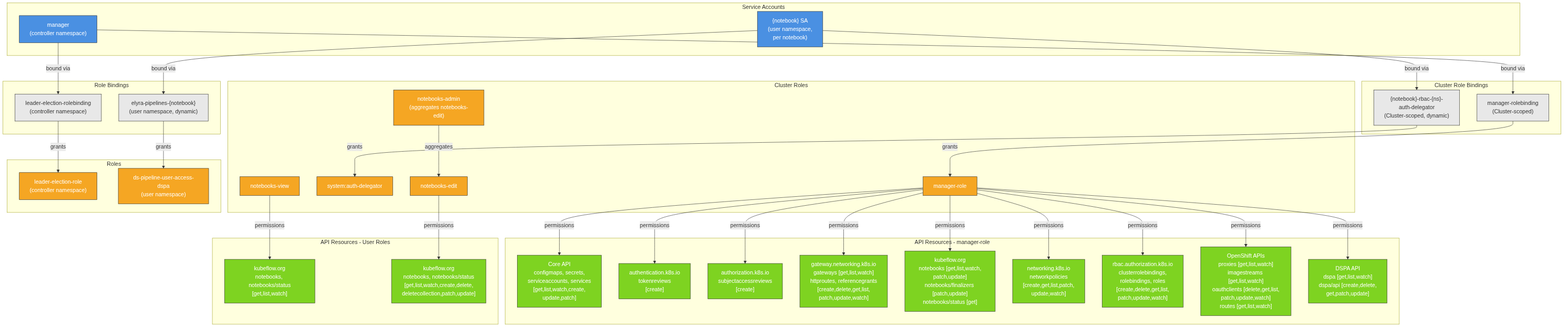
rhuss/architecture-context keeps this Mermaid diagram as architecture/rhoai-3.4-ea.1/diagrams/kubeflow-rbac.png. Above is the earlier version. Its source is kept beside it as architecture/rhoai-3.4-ea.1/diagrams/kubeflow-rbac.mmd.
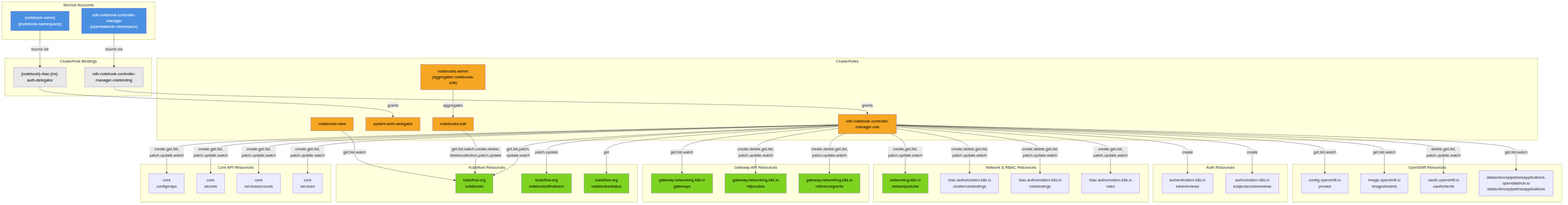
After the commit.

The edit, as a diff of the source:
```diff
@@ -1,95 +1,105 @@
 
 graph TD
     subgraph "Service Accounts"
-        SA_Manager["manager<br/>(controller namespace)"]
-        SA_Notebook["{notebook} SA<br/>(user namespace,<br/>per notebook)"]
+        SA["odh-notebook-controller-manager<br/>(opendatahub namespace)"]
+        NotebookSA["{notebook-name}<br/>({notebook-namespace})"]
     end
 
-    subgraph "Cluster Role Bindings"
-        CRB_Manager["manager-rolebinding<br/>(Cluster-scoped)"]
-        CRB_AuthDeleg["{notebook}-rbac-{ns}-<br/>auth-delegator<br/>(Cluster-scoped, dynamic)"]
+    subgraph "ClusterRole Bindings"
+        CRB["odh-notebook-controller-<br/>manager-rolebinding"]
+        AuthDelegator["{notebook}-rbac-{ns}-<br/>auth-delegator"]
     end
 
-    subgraph "Role Bindings"
-        RB_Leader["leader-election-rolebinding<br/>(controller namespace)"]
-        RB_Elyra["elyra-pipelines-{notebook}<br/>(user namespace, dynamic)"]
+    subgraph "ClusterRoles"
+        CR["odh-notebook-controller-<br/>manager-role"]
+        SystemAuthDelegator["system:auth-delegator"]
+        NotebooksEdit["notebooks-edit"]
+        NotebooksView["notebooks-view"]
+        NotebooksAdmin["notebooks-admin<br/>(aggregates notebooks-edit)"]
     end
 
-    subgraph "Cluster Roles"
-        CR_Manager["manager-role"]
-        CR_AuthDeleg["system:auth-delegator"]
-        CR_Edit["notebooks-edit"]
-        CR_View["notebooks-view"]
-        CR_Admin["notebooks-admin<br/>(aggregates notebooks-edit)"]
+    subgraph "Core API Resources"
+        ConfigMaps["core<br/>configmaps"]
+        Secrets["core<br/>secrets"]
+        ServiceAccounts["core<br/>serviceaccounts"]
+        Services["core<br/>services"]
     end
 
-    subgraph "Roles"
-        R_Leader["leader-election-role<br/>(controller namespace)"]
-        R_Pipeline["ds-pipeline-user-access-dspa<br/>(user namespace)"]
+    subgraph "Kubeflow Resources"
+        Notebooks["kubeflow.org<br/>notebooks"]
+        NotebooksFinalizers["kubeflow.org<br/>notebooks/finalizers"]
+        NotebooksStatus["kubeflow.org<br/>notebooks/status"]
     end
 
-    subgraph "API Resources - manager-role"
-        Res_Core["Core API<br/>configmaps, secrets,<br/>serviceaccounts, services<br/>[get,list,watch,create,<br/>update,patch]"]
-        Res_Auth["authentication.k8s.io<br/>tokenreviews<br/>[create]"]
-        Res_Authz["authorization.k8s.io<br/>subjectaccessreviews<br/>[create]"]
-        Res_GW["gateway.networking.k8s.io<br/>gateways [get,list,watch]<br/>httproutes, referencegrants<br/>[create,delete,get,list,<br/>patch,update,watch]"]
-        Res_KF["kubeflow.org<br/>notebooks [get,list,watch,<br/>patch,update]<br/>notebooks/finalizers [patch,update]<br/>notebooks/status [get]"]
-        Res_Net["networking.k8s.io<br/>networkpolicies<br/>[create,get,list,patch,<br/>update,watch]"]
-        Res_RBAC["rbac.authorization.k8s.io<br/>clusterrolebindings,<br/>rolebindings, roles<br/>[create,delete,get,list,<br/>patch,update,watch]"]
-        Res_OCP["OpenShift APIs<br/>proxies [get,list,watch]<br/>imagestreams [get,list,watch]<br/>oauthclients [delete,get,list,<br/>patch,update,watch]<br/>routes [get,list,watch]"]
-        Res_DSPA["DSPA API<br/>dspa [get,list,watch]<br/>dspa/api [create,delete,<br/>get,patch,update]"]
+    subgraph "Gateway API Resources"
+        Gateways["gateway.networking.k8s.io<br/>gateways"]
+        HTTPRoutes["gateway.networking.k8s.io<br/>httproutes"]
+        ReferenceGrants["gateway.networking.k8s.io<br/>referencegrants"]
     end
 
-    subgraph "API Resources - User Roles"
-        Res_NB_View["kubeflow.org<br/>notebooks, notebooks/status<br/>[get,list,watch]"]
-        Res_NB_Edit["kubeflow.org<br/>notebooks, notebooks/status<br/>[get,list,watch,create,delete,<br/>deletecollection,patch,update]"]
+    subgraph "Network & RBAC Resources"
+        NetworkPolicies["networking.k8s.io<br/>networkpolicies"]
+        CRBResource["rbac.authorization.k8s.io<br/>clusterrolebindings"]
+        RoleBindings["rbac.authorization.k8s.io<br/>rolebindings"]
+        Roles["rbac.authorization.k8s.io<br/>roles"]
     end
 
-    SA_Manager -->|bound via| CRB_Manager
-    CRB_Manager -->|grants| CR_Manager
-    SA_Manager -->|bound via| RB_Leader
-    RB_Leader -->|grants| R_Leader
+    subgraph "Auth Resources"
+        TokenReviews["authentication.k8s.io<br/>tokenreviews"]
+        SAR["authorization.k8s.io<br/>subjectaccessreviews"]
+    end
 
-    CR_Manager -->|permissions| Res_Core
-    CR_Manager -->|permissions| Res_Auth
-    CR_Manager -->|permissions| Res_Authz
-    CR_Manager -->|permissions| Res_GW
-    CR_Manager -->|permissions| Res_KF
-    CR_Manager -->|permissions| Res_Net
-    CR_Manager -->|permissions| Res_RBAC
-    CR_Manager -->|permissions| Res_OCP
-    CR_Manager -->|permissions| Res_DSPA
+    subgraph "OpenShift Resources"
+        Proxies["config.openshift.io<br/>proxies"]
+        ImageStreams["image.openshift.io<br/>imagestreams"]
+        OAuthClients["oauth.openshift.io<br/>oauthclients"]
+        DSPAs["datasciencepipelinesapplications.<br/>opendatahub.io<br/>datasciencepipelinesapplications"]
+    end
 
-    SA_Notebook -->|bound via| CRB_AuthDeleg
-    CRB_AuthDeleg -->|grants| CR_AuthDeleg
-    SA_Notebook -->|bound via| RB_Elyra
-    RB_Elyra -->|grants| R_Pipeline
+    SA -->|"bound via"| CRB
+    CRB -->|"grants"| CR
 
-    CR_View -->|permissions| Res_NB_View
-    CR_Edit -->|permissions| Res_NB_Edit
-    CR_Admin -->|aggregates| CR_Edit
+    NotebookSA -->|"bound via"| AuthDelegator
+    AuthDelegator -->|"grants"| SystemAuthDelegator
 
-    style SA_Manager fill:#4a90e2,stroke:#333,color:#fff
-    style SA_Notebook fill:#4a90e2,stroke:#333,color:#fff
-    style CR_Manager fill:#f5a623,stroke:#333,color:#fff
-    style CR_AuthDeleg fill:#f5a623,stroke:#333,color:#fff
-    style CR_Edit fill:#f5a623,stroke:#333,color:#fff
-    style CR_View fill:#f5a623,stroke:#333,color:#fff
-    style CR_Admin fill:#f5a623,stroke:#333,color:#fff
-    style R_Leader fill:#f5a623,stroke:#333,color:#fff
-    style R_Pipeline fill:#f5a623,stroke:#333,color:#fff
-    style CRB_Manager fill:#e8e8e8,stroke:#333
-    style CRB_AuthDeleg fill:#e8e8e8,stroke:#333
-    style RB_Leader fill:#e8e8e8,stroke:#333
-    style RB_Elyra fill:#e8e8e8,stroke:#333
-    style Res_Core fill:#7ed321,stroke:#333,color:#fff
-    style Res_Auth fill:#7ed321,stroke:#333,color:#fff
-    style Res_Authz fill:#7ed321,stroke:#333,color:#fff
-    style Res_GW fill:#7ed321,stroke:#333,color:#fff
-    style Res_KF fill:#7ed321,stroke:#333,color:#fff
-    style Res_Net fill:#7ed321,stroke:#333,color:#fff
-    style Res_RBAC fill:#7ed321,stroke:#333,color:#fff
-    style Res_OCP fill:#7ed321,stroke:#333,color:#fff
-    style Res_DSPA fill:#7ed321,stroke:#333,color:#fff
-    style Res_NB_View fill:#7ed321,stroke:#333,color:#fff
-    style Res_NB_Edit fill:#7ed321,stroke:#333,color:#fff
+    CR -->|"create,get,list,<br/>patch,update,watch"| ConfigMaps
+    CR -->|"create,get,list,<br/>patch,update,watch"| Secrets
+    CR -->|"create,get,list,<br/>patch,update,watch"| ServiceAccounts
+    CR -->|"create,get,list,<br/>patch,update,watch"| Services
+    CR -->|"get,list,patch,<br/>update,watch"| Notebooks
+    CR -->|"patch,update"| NotebooksFinalizers
+    CR -->|"get"| NotebooksStatus
+    CR -->|"get,list,watch"| Gateways
+    CR -->|"create,delete,get,list,<br/>patch,update,watch"| HTTPRoutes
+    CR -->|"create,delete,get,list,<br/>patch,update,watch"| ReferenceGrants
+    CR -->|"create,get,list,<br/>patch,update,watch"| NetworkPolicies
+    CR -->|"create,delete,get,list,<br/>patch,update,watch"| CRBResource
+    CR -->|"create,delete,get,list,<br/>patch,update,watch"| RoleBindings
+    CR -->|"create,get,list,<br/>patch,update,watch"| Roles
+    CR -->|"create"| TokenReviews
+    CR -->|"create"| SAR
+    CR -->|"get,list,watch"| Proxies
+    CR -->|"get,list,watch"| ImageStreams
+    CR -->|"delete,get,list,<br/>patch,update,watch"| OAuthClients
+    CR -->|"get,list,watch"| DSPAs
+
+    NotebooksEdit -->|"get,list,watch,create,delete,<br/>deletecollection,patch,update"| Notebooks
+    NotebooksView -->|"get,list,watch"| Notebooks
+    NotebooksAdmin -->|"aggregates"| NotebooksEdit
+
+    style SA fill:#4a90e2,color:#fff
+    style NotebookSA fill:#4a90e2,color:#fff
+    style CR fill:#f5a623,color:#000
+    style SystemAuthDelegator fill:#f5a623,color:#000
+    style NotebooksEdit fill:#f5a623,color:#000
+    style NotebooksView fill:#f5a623,color:#000
+    style NotebooksAdmin fill:#f5a623,color:#000
+    style CRB fill:#e8e8e8,color:#000
+    style AuthDelegator fill:#e8e8e8,color:#000
+    style Notebooks fill:#7ed321,color:#000
+    style NotebooksFinalizers fill:#7ed321,color:#000
+    style NotebooksStatus fill:#7ed321,color:#000
+    style HTTPRoutes fill:#7ed321,color:#000
+    style ReferenceGrants fill:#7ed321,color:#000
+    style Gateways fill:#7ed321,color:#000
+    style NetworkPolicies fill:#7ed321,color:#000
```
